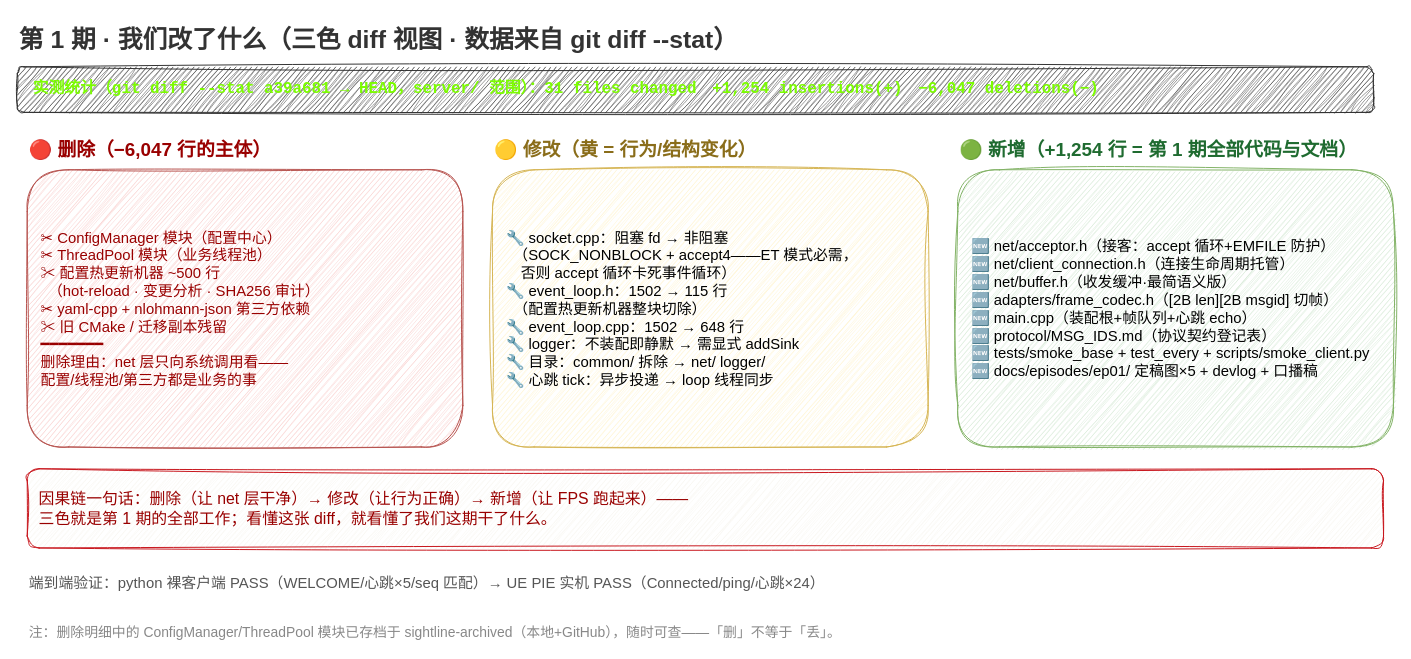
Above: docs/episodes/ep01/change_diff.drawio in x-PiXiu/Sightline (draw.io), before the change. Source tidied: cells renumbered, new cells numbered last; positions are measured from the earlier drawing's top-left corner, leaving out a move shared by most shapes. Both pictures are drawn from the tidied source at 99%, with x=0, y=0 at pixel (17, 17).
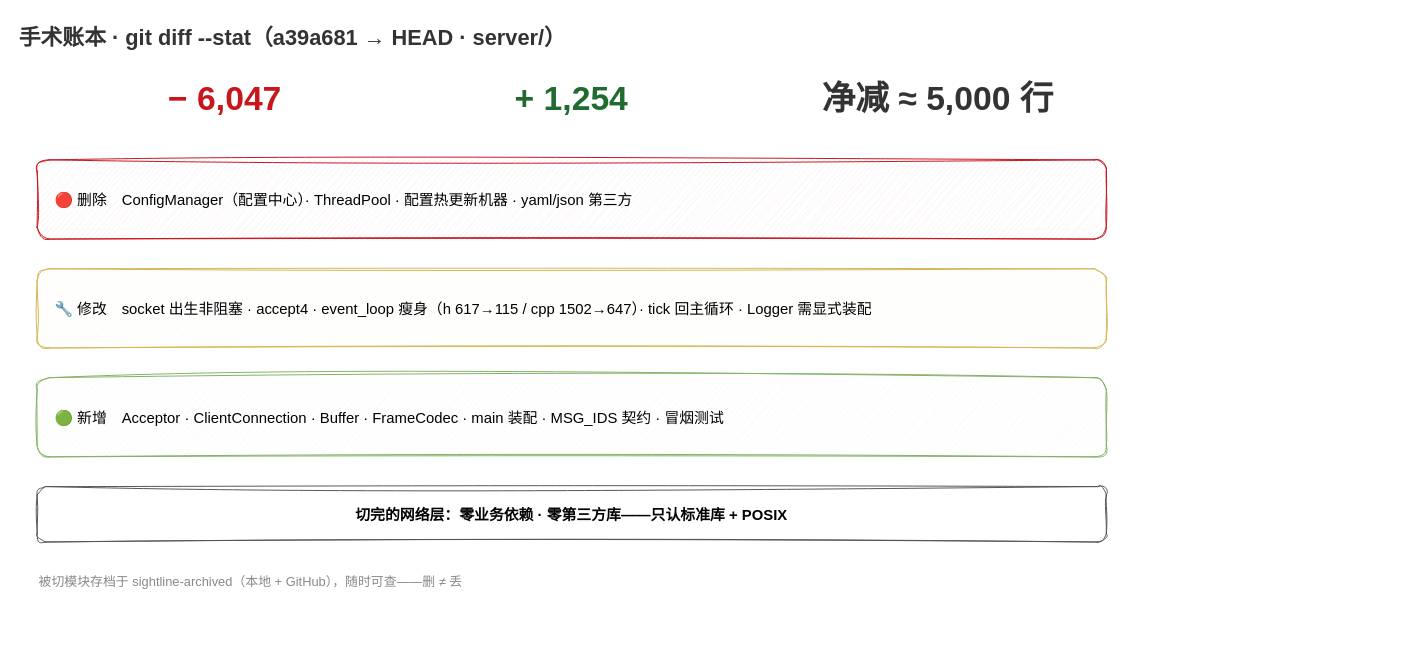
The same page after the edit.

What changed in the source:
```diff
@@
 <mxGraphModel>
   <root>
     <mxCell id="0" />
     <mxCell id="1" parent="0" />
-    <mxCell id="2" value="第 1 期 · 我们改了什么（三色 diff 视图 · 数据来自 git diff --stat）" style="text;fontSize=25;fontStyle=1;fontColor=#333333;align=left;sketch=1;" parent="1" vertex="1">
-      <mxGeometry width="1100" height="38" as="geometry" />
+    <mxCell id="2" value="手术账本 · git diff --stat（a39a681 → HEAD · server/）" style="text;fontSize=22;fontStyle=1;fontColor=#333333;align=left;sketch=1;" parent="1" vertex="1">
+      <mxGeometry width="900" height="34" as="geometry" />
     </mxCell>
-    <mxCell id="3" value="实测统计（git diff --stat a39a681 → HEAD，server/ 范围）：31 files changed　+1,254 insertions(+)　−6,047 deletions(−)" style="rounded=1;whiteSpace=wrap;fillColor=#333333;strokeColor=#333333;fontSize=16;fontStyle=1;fontColor=#7CFC00;fontFamily=Courier New;align=left;spacingLeft=14;sketch=1;curveFitting=1;jiggle=2;" parent="1" vertex="1">
-      <mxGeometry y="50" width="1370" height="46" as="geometry" />
-    </mxCell>
-    <mxCell id="4" value="🔴 删除（−6,047 行的主体）" style="text;fontSize=19;fontStyle=1;fontColor=#990000;align=left;" parent="1" vertex="1">
-      <mxGeometry x="10" y="116" width="400" height="32" as="geometry" />
-    </mxCell>
-    <mxCell id="5" value="✂ ConfigManager 模块（配置中心）&#10;✂ ThreadPool 模块（业务线程池）&#10;✂ 配置热更新机器 ~500 行&#10;　（hot-reload · 变更分析 · SHA256 审计）&#10;✂ yaml-cpp + nlohmann-json 第三方依赖&#10;✂ 旧 CMake / 迁移副本残留&#10;━━━━━━━&#10;删除理由：net 层只向系统调用看——&#10;配置/线程池/第三方都是业务的事" style="rounded=1;whiteSpace=wrap;fillColor=#f8cecc;strokeColor=#b85450;fontSize=15;fontColor=#990000;align=left;spacing=14;sketch=1;curveFitting=1;jiggle=2;" parent="1" vertex="1">
-      <mxGeometry x="10" y="154" width="440" height="280" as="geometry" />
-    </mxCell>
-    <mxCell id="6" value="🟡 修改（黄 = 行为/结构变化）" style="text;fontSize=19;fontStyle=1;fontColor=#8a6d1a;align=left;" parent="1" vertex="1">
-      <mxGeometry x="480" y="116" width="400" height="32" as="geometry" />
-    </mxCell>
-    <mxCell id="7" value="🔧 socket.cpp：阻塞 fd → 非阻塞&#10;　（SOCK_NONBLOCK + accept4——ET 模式必需，&#10;　否则 accept 循环卡死事件循环）&#10;🔧 event_loop.h：1502 → 115 行&#10;　（配置热更新机器整块切除）&#10;🔧 event_loop.cpp：1502 → 648 行&#10;🔧 logger：不装配即静默 → 需显式 addSink&#10;🔧 目录：common/ 拆除 → net/ logger/&#10;🔧 心跳 tick：异步投递 → loop 线程同步" style="rounded=1;whiteSpace=wrap;fillColor=#fff2cc;strokeColor=#d6b656;fontSize=15;align=left;spacing=14;sketch=1;curveFitting=1;jiggle=2;" parent="1" vertex="1">
-      <mxGeometry x="480" y="154" width="440" height="280" as="geometry" />
-    </mxCell>
-    <mxCell id="8" value="🟢 新增（+1,254 行 = 第 1 期全部代码与文档）" style="text;fontSize=19;fontStyle=1;fontColor=#1f6b30;align=left;" parent="1" vertex="1">
-      <mxGeometry x="950" y="116" width="440" height="32" as="geometry" />
-    </mxCell>
-    <mxCell id="9" value="🆕 net/acceptor.h（接客：accept 循环+EMFILE 防护）&#10;🆕 net/client_connection.h（连接生命周期托管）&#10;🆕 net/buffer.h（收发缓冲·最简语义版）&#10;🆕 adapters/frame_codec.h（[2B len][2B msgid] 切帧）&#10;🆕 main.cpp（装配根+帧队列+心跳 echo）&#10;🆕 protocol/MSG_IDS.md（协议契约登记表）&#10;🆕 tests/smoke_base + test_every + scripts/smoke_client.py&#10;🆕 docs/episodes/ep01/ 定稿图×5 + devlog + 口播稿" style="rounded=1;whiteSpace=wrap;fillColor=#d5e8d4;strokeColor=#82b366;fontSize=15;align=left;spacing=14;sketch=1;curveFitting=1;jiggle=2;" parent="1" vertex="1">
-      <mxGeometry x="950" y="154" width="440" height="280" as="geometry" />
-    </mxCell>
-    <mxCell id="10" value="因果链一句话：删除（让 net 层干净）→ 修改（让行为正确）→ 新增（让 FPS 跑起来）——&#10;三色就是第 1 期的全部工作；看懂这张 diff，就看懂了我们这期干了什么。" style="rounded=1;whiteSpace=wrap;fillColor=#f7f4ee;strokeColor=#c8161d;fontSize=16;fontColor=#990000;align=left;spacing=12;sketch=1;curveFitting=1;jiggle=2;" parent="1" vertex="1">
-      <mxGeometry x="10" y="456" width="1370" height="80" as="geometry" />
-    </mxCell>
-    <mxCell id="11" value="端到端验证：python 裸客户端 PASS（WELCOME/心跳×5/seq 匹配）→ UE PIE 实机 PASS（Connected/ping/心跳×24）" style="text;fontSize=15;fontColor=#555;align=left;" parent="1" vertex="1">
-      <mxGeometry x="10" y="556" width="1370" height="30" as="geometry" />
-    </mxCell>
-    <mxCell id="12" value="注：删除明细中的 ConfigManager/ThreadPool 模块已存档于 sightline-archived（本地+GitHub），随时可查——「删」不等于「丢」。" style="text;fontSize=14;fontColor=#888;align=left;" parent="1" vertex="1">
-      <mxGeometry x="10" y="606" width="1370" height="26" as="geometry" />
-    </mxCell>
+    <mxCell id="13" value="− 6,047" style="text;fontSize=34;fontStyle=1;fontColor=#c8161d;align=center;sketch=1;" parent="1" vertex="1">
+      <mxGeometry x="80" y="54" width="260" height="50" as="geometry" />
+    </mxCell>
+    <mxCell id="14" value="+ 1,254" style="text;fontSize=34;fontStyle=1;fontColor=#1f6b30;align=center;sketch=1;" parent="1" vertex="1">
+      <mxGeometry x="430" y="54" width="260" height="50" as="geometry" />
+    </mxCell>
+    <mxCell id="15" value="净减 ≈ 5,000 行" style="text;fontSize=34;fontStyle=1;fontColor=#333333;align=center;sketch=1;" parent="1" vertex="1">
+      <mxGeometry x="780" y="54" width="300" height="50" as="geometry" />
+    </mxCell>
+    <mxCell id="16" value="🔴 删除　ConfigManager（配置中心）· ThreadPool · 配置热更新机器 · yaml/json 第三方" style="rounded=1;whiteSpace=wrap;fillColor=#f8f0f0;strokeColor=#c8161d;fontSize=15;align=left;spacingLeft=16;sketch=1;curveFitting=1;jiggle=2;" parent="1" vertex="1">
+      <mxGeometry x="20" y="144" width="1080" height="80" as="geometry" />
+    </mxCell>
+    <mxCell id="17" value="🔧 修改　socket 出生非阻塞 · accept4 · event_loop 瘦身（h 617→115 / cpp 1502→647）· tick 回主循环 · Logger 需显式装配" style="rounded=1;whiteSpace=wrap;fillColor=#fffaf2;strokeColor=#d6b656;fontSize=15;align=left;spacingLeft=16;sketch=1;curveFitting=1;jiggle=2;" parent="1" vertex="1">
+      <mxGeometry x="20" y="254" width="1080" height="80" as="geometry" />
+    </mxCell>
+    <mxCell id="18" value="🟢 新增　Acceptor · ClientConnection · Buffer · FrameCodec · main 装配 · MSG_IDS 契约 · 冒烟测试" style="rounded=1;whiteSpace=wrap;fillColor=#f6fbf4;strokeColor=#82b366;fontSize=15;align=left;spacingLeft=16;sketch=1;curveFitting=1;jiggle=2;" parent="1" vertex="1">
+      <mxGeometry x="20" y="364" width="1080" height="80" as="geometry" />
+    </mxCell>
+    <mxCell id="19" value="切完的网络层：零业务依赖 · 零第三方库——只认标准库 + POSIX" style="rounded=1;whiteSpace=wrap;fillColor=#ffffff;strokeColor=#555555;fontSize=15;fontStyle=1;sketch=1;curveFitting=1;jiggle=2;" parent="1" vertex="1">
+      <mxGeometry x="20" y="474" width="1080" height="56" as="geometry" />
+    </mxCell>
+    <mxCell id="20" value="被切模块存档于 sightline-archived（本地 + GitHub），随时可查——删 ≠ 丢" style="text;fontSize=13;fontColor=#888888;align=left;sketch=1;" parent="1" vertex="1">
+      <mxGeometry x="20" y="556" width="900" height="26" as="geometry" />
+    </mxCell>
   </root>
 </mxGraphModel>
```
